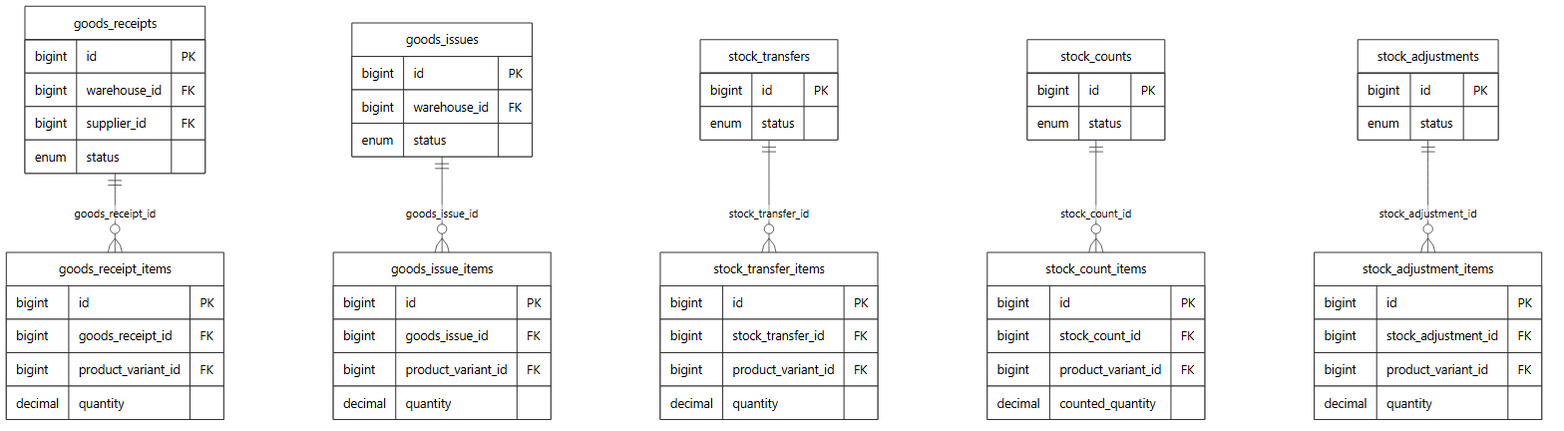
Before: docs/diagrams/16_3-1-2_muc-luan-ly-logical_erd.png, a diagram exported from Mermaid (nguyenthihongnhu-dotcom/luanvan2026). Its source is kept beside it as docs/diagrams/16_3-1-2_muc-luan-ly-logical_erd.mmd.
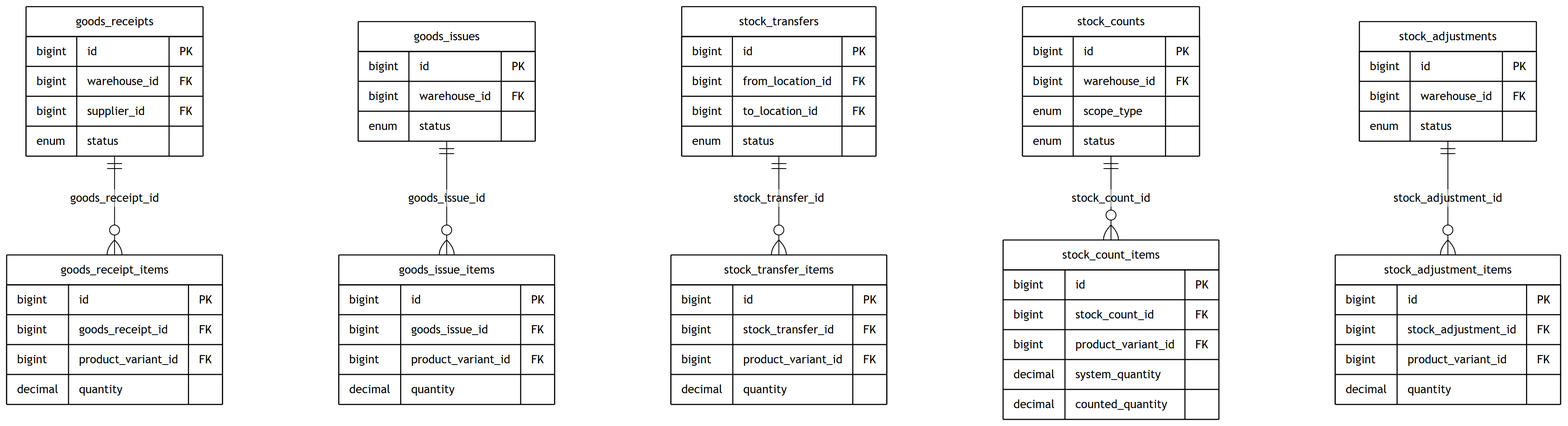
The same file after the commit.

Change to the diagram source:
```diff
@@ -1,3 +1,28 @@
+%%{init: {
+  'theme': 'base',
+  'themeVariables': {
+    'primaryColor': '#ffffff',
+    'primaryBorderColor': '#000000',
+    'primaryTextColor': '#000000',
+    'secondaryColor': '#ffffff',
+    'secondaryBorderColor': '#000000',
+    'secondaryTextColor': '#000000',
+    'tertiaryColor': '#ffffff',
+    'tertiaryBorderColor': '#000000',
+    'tertiaryTextColor': '#000000',
+    'lineColor': '#000000',
+    'textColor': '#000000',
+    'mainBkg': '#ffffff',
+    'nodeBorder': '#000000',
+    'clusterBkg': '#ffffff',
+    'clusterBorder': '#000000',
+    'edgeLabelBackground': '#ffffff',
+    'fontSize': '14px',
+    'attributeBackgroundColorOdd': '#ffffff',
+    'attributeBackgroundColorEven': '#ffffff'
+  },
+  'er': { 'entityPadding': 12, 'minEntityWidth': 130, 'useMaxWidth': false }
+}}%%
 erDiagram
     goods_receipts ||--o{ goods_receipt_items : goods_receipt_id
     goods_issues ||--o{ goods_issue_items : goods_issue_id
@@ -30,6 +55,8 @@
     }
     stock_transfers {
         bigint id PK
+        bigint from_location_id FK
+        bigint to_location_id FK
         enum status
     }
     stock_transfer_items {
@@ -40,16 +67,20 @@
     }
     stock_counts {
         bigint id PK
+        bigint warehouse_id FK
+        enum scope_type
         enum status
     }
     stock_count_items {
         bigint id PK
         bigint stock_count_id FK
         bigint product_variant_id FK
+        decimal system_quantity
         decimal counted_quantity
     }
     stock_adjustments {
         bigint id PK
+        bigint warehouse_id FK
         enum status
     }
     stock_adjustment_items {
```
